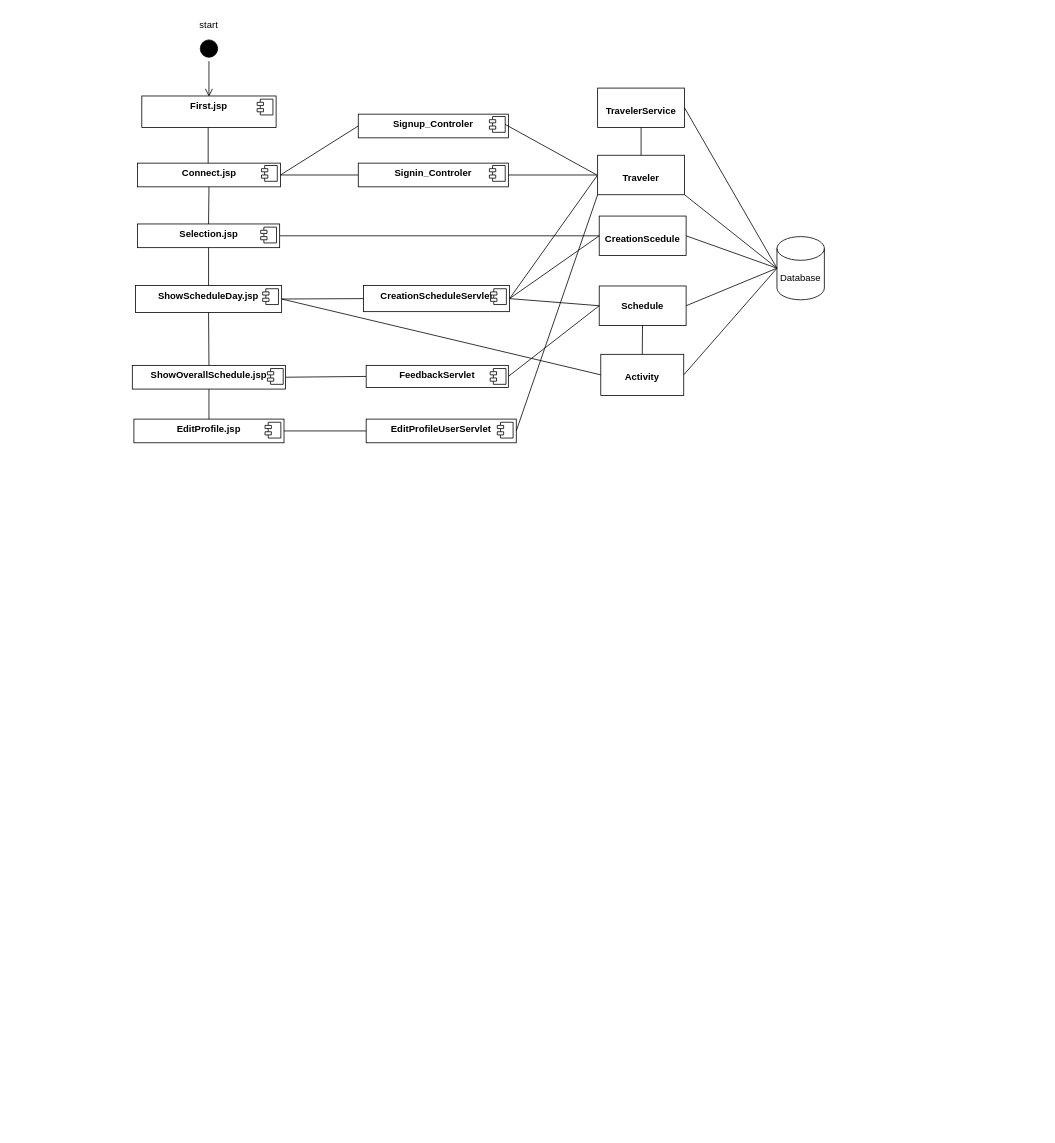
This is Diagrams/ComponentDiagram2.drawio from EleftheriaKoutsiouri/Scheduluxe, a draw.io file, before an edit. Source tidied: cells renumbered, new cells numbered last; positions are measured from the earlier drawing's top-left corner, leaving out a move shared by most shapes. Both pictures are drawn from the tidied source at 79%, with x=0, y=0 at pixel (13, 13).
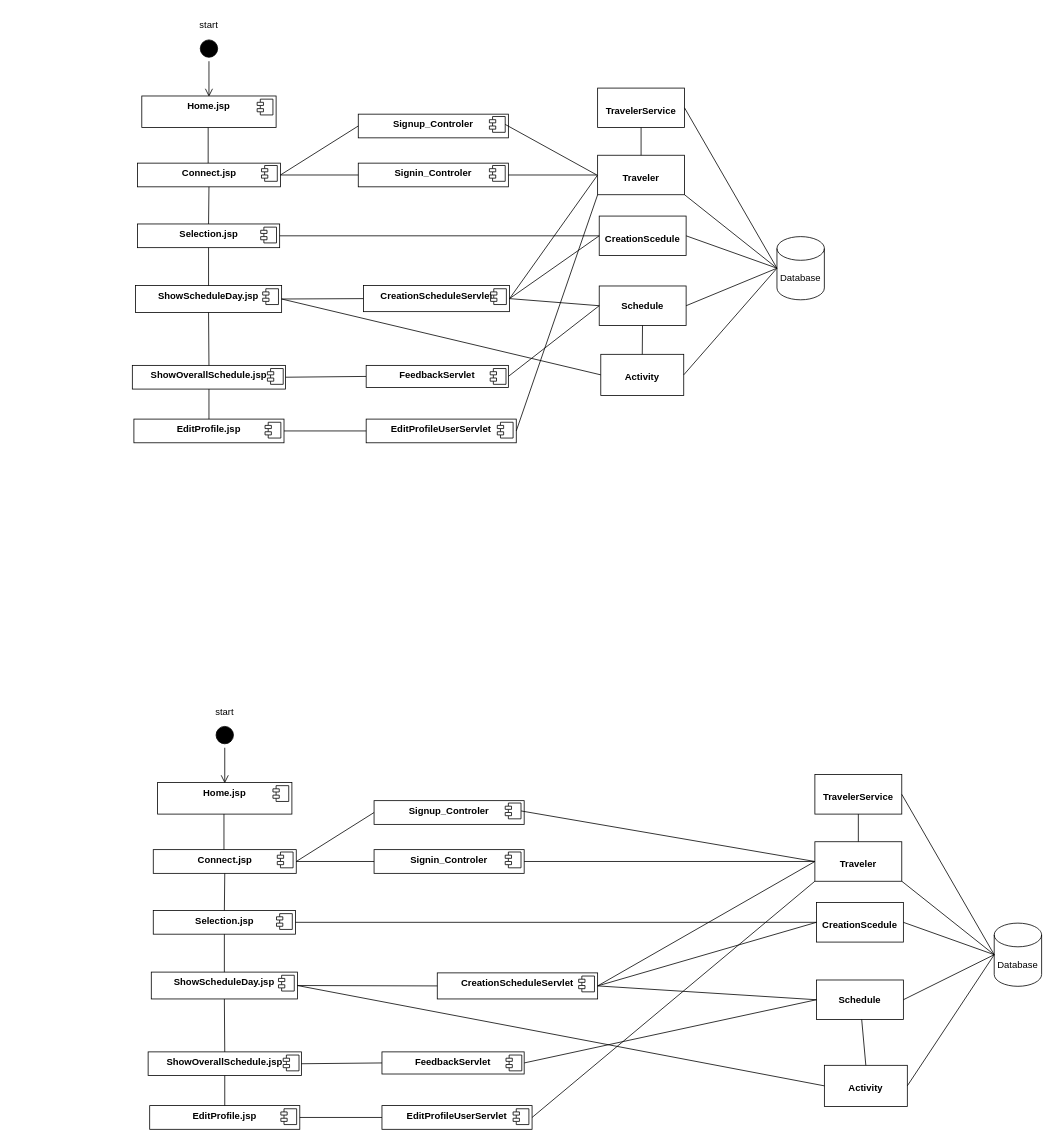
After the change.

Diff of the diagram source:
```diff
@@
-    <mxCell id="2" value="&lt;p style=&quot;margin:0px;margin-top:6px;text-align:center;&quot;&gt;&lt;b&gt;First.jsp&lt;/b&gt;&lt;/p&gt;" style="align=left;overflow=fill;html=1;whiteSpace=wrap;" parent="1" vertex="1">
+    <mxCell id="2" value="&lt;p style=&quot;margin:0px;margin-top:6px;text-align:center;&quot;&gt;&lt;b&gt;Home.jsp&lt;/b&gt;&lt;/p&gt;" style="align=left;overflow=fill;html=1;whiteSpace=wrap;" parent="1" vertex="1">
       <mxGeometry x="162" y="104" width="170" height="40" as="geometry" />
     </mxCell>
@@
+    <mxCell id="61" value="&lt;p style=&quot;margin:0px;margin-top:6px;text-align:center;&quot;&gt;&lt;b&gt;Home.jsp&lt;/b&gt;&lt;/p&gt;" style="align=left;overflow=fill;html=1;whiteSpace=wrap;" parent="1" vertex="1">
+      <mxGeometry x="182" y="973" width="170" height="40" as="geometry" />
+    </mxCell>
+    <mxCell id="62" style="shape=component;jettyWidth=8;jettyHeight=4;" parent="61" vertex="1">
+      <mxGeometry x="1" width="20" height="20" relative="1" as="geometry">
+        <mxPoint x="-24" y="4" as="offset" />
+      </mxGeometry>
+    </mxCell>
+    <mxCell id="63" value="&lt;p style=&quot;margin:0px;margin-top:6px;text-align:center;&quot;&gt;&lt;b&gt;CreationScheduleServlet&lt;/b&gt;&lt;/p&gt;" style="align=left;overflow=fill;html=1;whiteSpace=wrap;" parent="1" vertex="1">
+      <mxGeometry x="536" y="1214" width="203" height="33" as="geometry" />
+    </mxCell>
+    <mxCell id="64" style="shape=component;jettyWidth=8;jettyHeight=4;" parent="63" vertex="1">
+      <mxGeometry x="1" width="20" height="20" relative="1" as="geometry">
+        <mxPoint x="-24" y="4" as="offset" />
+      </mxGeometry>
+    </mxCell>
+    <mxCell id="65" value="&lt;p style=&quot;margin:0px;margin-top:6px;text-align:center;&quot;&gt;&lt;b style=&quot;background-color: initial;&quot;&gt;Selection.jsp&lt;/b&gt;&lt;/p&gt;" style="align=left;overflow=fill;html=1;whiteSpace=wrap;" parent="1" vertex="1">
+      <mxGeometry x="176.5" y="1135" width="180" height="30" as="geometry" />
+    </mxCell>
+    <mxCell id="66" style="shape=component;jettyWidth=8;jettyHeight=4;" parent="65" vertex="1">
+      <mxGeometry x="1" width="20" height="20" relative="1" as="geometry">
+        <mxPoint x="-24" y="4" as="offset" />
+      </mxGeometry>
+    </mxCell>
+    <mxCell id="67" value="&lt;p style=&quot;margin:0px;margin-top:6px;text-align:center;&quot;&gt;&lt;b&gt;ShowScheduleDay.jsp&lt;/b&gt;&lt;/p&gt;" style="align=left;overflow=fill;html=1;whiteSpace=wrap;" parent="1" vertex="1">
+      <mxGeometry x="174" y="1213" width="185" height="34" as="geometry" />
+    </mxCell>
+    <mxCell id="68" style="shape=component;jettyWidth=8;jettyHeight=4;" parent="67" vertex="1">
+      <mxGeometry x="1" width="20" height="20" relative="1" as="geometry">
+        <mxPoint x="-24" y="4" as="offset" />
+      </mxGeometry>
+    </mxCell>
+    <mxCell id="69" value="&lt;p style=&quot;margin:0px;margin-top:4px;text-align:center;&quot;&gt;&lt;br&gt;&lt;b&gt;Schedule&lt;/b&gt;&lt;/p&gt;" style="verticalAlign=top;align=left;overflow=fill;fontSize=12;fontFamily=Helvetica;html=1;whiteSpace=wrap;" parent="1" vertex="1">
+      <mxGeometry x="1016" y="1223" width="110" height="50" as="geometry" />
+    </mxCell>
+    <mxCell id="70" value="Database" style="shape=cylinder3;whiteSpace=wrap;html=1;boundedLbl=1;backgroundOutline=1;size=15;" parent="1" vertex="1">
+      <mxGeometry x="1241" y="1151" width="60" height="80" as="geometry" />
+    </mxCell>
+    <mxCell id="71" value="&lt;p style=&quot;margin:0px;margin-top:6px;text-align:center;&quot;&gt;&lt;b style=&quot;border-color: var(--border-color);&quot;&gt;Signin_Controler&lt;/b&gt;&lt;br&gt;&lt;/p&gt;" style="align=left;overflow=fill;html=1;whiteSpace=wrap;" parent="1" vertex="1">
+      <mxGeometry x="456" y="1058" width="190" height="30" as="geometry" />
+    </mxCell>
+    <mxCell id="72" style="shape=component;jettyWidth=8;jettyHeight=4;" parent="71" vertex="1">
+      <mxGeometry x="1" width="20" height="20" relative="1" as="geometry">
+        <mxPoint x="-24" y="3" as="offset" />
+      </mxGeometry>
+    </mxCell>
+    <mxCell id="73" style="endArrow=none;html=1;rounded=0;entryX=0;entryY=0.5;entryDx=0;entryDy=0;exitX=1;exitY=0.5;exitDx=0;exitDy=0;" parent="1" edge="1" source="89" target="69">
+      <mxGeometry relative="1" as="geometry" />
+    </mxCell>
+    <mxCell id="74" value="&lt;p style=&quot;margin: 4px 0px 0px;&quot;&gt;&lt;br&gt;&lt;/p&gt;&lt;p style=&quot;margin: 4px 0px 0px;&quot;&gt;&lt;b&gt;Traveler&lt;/b&gt;&lt;/p&gt;&lt;p style=&quot;margin: 4px 0px 0px;&quot;&gt;&lt;b&gt;&lt;br&gt;&lt;/b&gt;&lt;/p&gt;" style="verticalAlign=top;align=center;overflow=fill;fontSize=12;fontFamily=Helvetica;html=1;whiteSpace=wrap;" parent="1" vertex="1">
+      <mxGeometry x="1014" y="1048" width="110" height="50" as="geometry" />
+    </mxCell>
+    <mxCell id="75" value="&lt;p style=&quot;margin:0px;margin-top:6px;text-align:center;&quot;&gt;&lt;b&gt;Connect.jsp&lt;/b&gt;&lt;/p&gt;" style="align=left;overflow=fill;html=1;whiteSpace=wrap;" parent="1" vertex="1">
+      <mxGeometry x="176.5" y="1058" width="181" height="30" as="geometry" />
+    </mxCell>
+    <mxCell id="76" style="shape=component;jettyWidth=8;jettyHeight=4;" parent="75" vertex="1">
+      <mxGeometry x="1" width="20" height="20" relative="1" as="geometry">
+        <mxPoint x="-24" y="3" as="offset" />
+      </mxGeometry>
+    </mxCell>
+    <mxCell id="77" style="ellipse;whiteSpace=wrap;html=1;align=center;fillColor=none;strokeColor=none;perimeter=centerPerimeter;" parent="1" vertex="1">
+      <mxGeometry x="493" y="1352" width="10" height="10" as="geometry" />
+    </mxCell>
+    <mxCell id="78" style="endArrow=none;html=1;rounded=0;entryX=1;entryY=1;entryDx=0;entryDy=0;exitX=0;exitY=0.5;exitDx=0;exitDy=0;exitPerimeter=0;" parent="1" edge="1" source="70" target="74">
+      <mxGeometry relative="1" as="geometry" />
+    </mxCell>
+    <mxCell id="79" value="&lt;p style=&quot;margin:0px;margin-top:4px;text-align:center;&quot;&gt;&lt;b style=&quot;background-color: initial;&quot;&gt;&lt;br&gt;&lt;/b&gt;&lt;/p&gt;&lt;p style=&quot;margin:0px;margin-top:4px;text-align:center;&quot;&gt;&lt;b style=&quot;background-color: initial;&quot;&gt;Activity&lt;/b&gt;&lt;br&gt;&lt;/p&gt;" style="verticalAlign=top;align=left;overflow=fill;fontSize=12;fontFamily=Helvetica;html=1;whiteSpace=wrap;" parent="1" vertex="1">
+      <mxGeometry x="1026" y="1331" width="105" height="52" as="geometry" />
+    </mxCell>
+    <mxCell id="80" style="endArrow=none;html=1;rounded=0;entryX=1;entryY=0.5;entryDx=0;entryDy=0;exitX=0;exitY=0.5;exitDx=0;exitDy=0;exitPerimeter=0;" parent="1" edge="1" source="70" target="79">
+      <mxGeometry relative="1" as="geometry" />
+    </mxCell>
+    <mxCell id="81" value="&lt;p style=&quot;margin:0px;margin-top:6px;text-align:center;&quot;&gt;&lt;b&gt;ShowOverallSchedule.jsp&lt;/b&gt;&lt;/p&gt;" style="align=left;overflow=fill;html=1;whiteSpace=wrap;" parent="1" vertex="1">
+      <mxGeometry x="170" y="1314" width="194" height="30" as="geometry" />
+    </mxCell>
+    <mxCell id="82" style="shape=component;jettyWidth=8;jettyHeight=4;" parent="81" vertex="1">
+      <mxGeometry x="1" width="20" height="20" relative="1" as="geometry">
+        <mxPoint x="-23" y="4" as="offset" />
+      </mxGeometry>
+    </mxCell>
+    <mxCell id="83" style="endArrow=none;html=1;rounded=0;entryX=0.5;entryY=1;entryDx=0;entryDy=0;exitX=0.5;exitY=0;exitDx=0;exitDy=0;" parent="1" edge="1" source="81" target="67">
+      <mxGeometry relative="1" as="geometry" />
+    </mxCell>
+    <mxCell id="84" style="ellipse;html=1;shape=startState;fillColor=#000000;strokeColor=#000000;" parent="1" vertex="1">
+      <mxGeometry x="252" y="898" width="30" height="30" as="geometry" />
+    </mxCell>
+    <mxCell id="85" style="edgeStyle=orthogonalEdgeStyle;html=1;verticalAlign=bottom;endArrow=open;endSize=8;strokeColor=#000000;rounded=0;entryX=0.5;entryY=0;entryDx=0;entryDy=0;" parent="1" edge="1">
+      <mxGeometry relative="1" as="geometry">
+        <mxPoint x="267" y="929" as="sourcePoint" />
+        <mxPoint x="267" y="974" as="targetPoint" />
+      </mxGeometry>
+    </mxCell>
+    <mxCell id="86" value="start" style="text;html=1;strokeColor=none;fillColor=none;align=center;verticalAlign=middle;whiteSpace=wrap;rounded=0;" parent="1" vertex="1">
+      <mxGeometry x="237" y="869" width="60" height="30" as="geometry" />
+    </mxCell>
+    <mxCell id="87" style="endArrow=none;html=1;rounded=0;exitX=0;exitY=0.5;exitDx=0;exitDy=0;entryX=1;entryY=0.5;entryDx=0;entryDy=0;" parent="1" edge="1" source="71" target="75">
+      <mxGeometry relative="1" as="geometry" />
+    </mxCell>
+    <mxCell id="88" style="endArrow=none;html=1;rounded=0;entryX=0;entryY=0.5;entryDx=0;entryDy=0;exitX=1;exitY=0.5;exitDx=0;exitDy=0;" parent="1" edge="1" source="81" target="89">
+      <mxGeometry relative="1" as="geometry" />
+    </mxCell>
+    <mxCell id="89" value="&lt;p style=&quot;margin:0px;margin-top:6px;text-align:center;&quot;&gt;&lt;b&gt;FeedbackServlet&lt;/b&gt;&lt;/p&gt;" style="align=left;overflow=fill;html=1;whiteSpace=wrap;" parent="1" vertex="1">
+      <mxGeometry x="466" y="1314" width="180" height="28" as="geometry" />
+    </mxCell>
+    <mxCell id="90" style="shape=component;jettyWidth=8;jettyHeight=4;" parent="89" vertex="1">
+      <mxGeometry x="1" width="20" height="20" relative="1" as="geometry">
+        <mxPoint x="-23" y="4" as="offset" />
+      </mxGeometry>
+    </mxCell>
+    <mxCell id="91" style="endArrow=none;html=1;rounded=0;entryX=1;entryY=0.5;entryDx=0;entryDy=0;exitX=0;exitY=0.5;exitDx=0;exitDy=0;" parent="1" edge="1" source="74" target="71">
+      <mxGeometry relative="1" as="geometry" />
+    </mxCell>
+    <mxCell id="92" style="endArrow=none;html=1;rounded=0;exitX=0.5;exitY=0;exitDx=0;exitDy=0;entryX=0.5;entryY=1;entryDx=0;entryDy=0;" parent="1" edge="1">
+      <mxGeometry relative="1" as="geometry">
+        <mxPoint x="266" y="1058" as="sourcePoint" />
+        <mxPoint x="266" y="1013" as="targetPoint" />
+      </mxGeometry>
+    </mxCell>
+    <mxCell id="93" style="endArrow=none;html=1;rounded=0;exitX=0.5;exitY=0;exitDx=0;exitDy=0;entryX=0.5;entryY=1;entryDx=0;entryDy=0;" parent="1" edge="1" source="65" target="75">
+      <mxGeometry relative="1" as="geometry" />
+    </mxCell>
+    <mxCell id="94" style="endArrow=none;html=1;rounded=0;exitX=0;exitY=0.5;exitDx=0;exitDy=0;entryX=1;entryY=0.5;entryDx=0;entryDy=0;" parent="1" edge="1" source="69" target="63">
+      <mxGeometry relative="1" as="geometry" />
+    </mxCell>
+    <mxCell id="95" value="&lt;p style=&quot;margin:0px;margin-top:6px;text-align:center;&quot;&gt;&lt;b&gt;EditProfile.jsp&lt;/b&gt;&lt;/p&gt;" style="align=left;overflow=fill;html=1;whiteSpace=wrap;" parent="1" vertex="1">
+      <mxGeometry x="172" y="1382" width="190" height="30" as="geometry" />
+    </mxCell>
+    <mxCell id="96" style="shape=component;jettyWidth=8;jettyHeight=4;" parent="95" vertex="1">
+      <mxGeometry x="1" width="20" height="20" relative="1" as="geometry">
+        <mxPoint x="-24" y="4" as="offset" />
+      </mxGeometry>
+    </mxCell>
+    <mxCell id="97" value="&lt;p style=&quot;margin:0px;margin-top:6px;text-align:center;&quot;&gt;&lt;b&gt;EditProfileUserServlet&lt;/b&gt;&lt;/p&gt;" style="align=left;overflow=fill;html=1;whiteSpace=wrap;" parent="1" vertex="1">
+      <mxGeometry x="466" y="1382" width="190" height="30" as="geometry" />
+    </mxCell>
+    <mxCell id="98" style="shape=component;jettyWidth=8;jettyHeight=4;" parent="97" vertex="1">
+      <mxGeometry x="1" width="20" height="20" relative="1" as="geometry">
+        <mxPoint x="-24" y="4" as="offset" />
+      </mxGeometry>
+    </mxCell>
+    <mxCell id="99" style="endArrow=none;html=1;rounded=0;entryX=0;entryY=0.5;entryDx=0;entryDy=0;exitX=1;exitY=0.5;exitDx=0;exitDy=0;" parent="1" edge="1" source="95" target="97">
+      <mxGeometry relative="1" as="geometry" />
+    </mxCell>
+    <mxCell id="100" style="endArrow=none;html=1;rounded=0;entryX=1;entryY=0.5;entryDx=0;entryDy=0;exitX=0;exitY=1;exitDx=0;exitDy=0;" parent="1" edge="1" source="74" target="97">
+      <mxGeometry relative="1" as="geometry" />
+    </mxCell>
+    <mxCell id="101" value="&lt;p style=&quot;margin: 4px 0px 0px;&quot;&gt;&lt;b&gt;&lt;br&gt;&lt;/b&gt;&lt;/p&gt;&lt;p style=&quot;margin: 4px 0px 0px;&quot;&gt;&lt;b&gt;CreationScedule&lt;/b&gt;&lt;/p&gt;" style="verticalAlign=top;align=center;overflow=fill;fontSize=12;fontFamily=Helvetica;html=1;whiteSpace=wrap;" parent="1" vertex="1">
+      <mxGeometry x="1016" y="1125" width="110" height="50" as="geometry" />
+    </mxCell>
+    <mxCell id="102" style="endArrow=none;html=1;rounded=0;entryX=1;entryY=0.5;entryDx=0;entryDy=0;exitX=0;exitY=0.5;exitDx=0;exitDy=0;exitPerimeter=0;" parent="1" edge="1" source="70" target="101">
+      <mxGeometry relative="1" as="geometry" />
+    </mxCell>
+    <mxCell id="103" style="endArrow=none;html=1;rounded=0;exitX=0;exitY=0.5;exitDx=0;exitDy=0;entryX=1;entryY=0.5;entryDx=0;entryDy=0;" parent="1" edge="1" source="101" target="63">
+      <mxGeometry relative="1" as="geometry" />
+    </mxCell>
+    <mxCell id="104" style="endArrow=none;html=1;rounded=0;exitX=1;exitY=0.5;exitDx=0;exitDy=0;entryX=0;entryY=0.5;entryDx=0;entryDy=0;entryPerimeter=0;" parent="1" edge="1" source="69" target="70">
+      <mxGeometry relative="1" as="geometry" />
+    </mxCell>
+    <mxCell id="105" style="endArrow=none;html=1;rounded=0;entryX=1;entryY=0.5;entryDx=0;entryDy=0;exitX=0;exitY=0.5;exitDx=0;exitDy=0;" parent="1" edge="1" source="63" target="67">
+      <mxGeometry relative="1" as="geometry" />
+    </mxCell>
+    <mxCell id="106" value="&lt;p style=&quot;margin:0px;margin-top:6px;text-align:center;&quot;&gt;&lt;b&gt;Signup_Controler&lt;/b&gt;&lt;/p&gt;" style="align=left;overflow=fill;html=1;whiteSpace=wrap;" parent="1" vertex="1">
+      <mxGeometry x="456" y="996" width="190" height="30" as="geometry" />
+    </mxCell>
+    <mxCell id="107" style="shape=component;jettyWidth=8;jettyHeight=4;" parent="106" vertex="1">
+      <mxGeometry x="1" width="20" height="20" relative="1" as="geometry">
+        <mxPoint x="-24" y="3" as="offset" />
+      </mxGeometry>
+    </mxCell>
+    <mxCell id="108" style="endArrow=none;html=1;rounded=0;exitX=1;exitY=0.5;exitDx=0;exitDy=0;entryX=0;entryY=0.5;entryDx=0;entryDy=0;" parent="1" edge="1" source="75" target="106">
+      <mxGeometry relative="1" as="geometry" />
+    </mxCell>
+    <mxCell id="109" style="endArrow=none;html=1;rounded=0;entryX=1;entryY=0.5;entryDx=0;entryDy=0;exitX=0;exitY=0.5;exitDx=0;exitDy=0;" parent="1" edge="1" source="74" target="107">
+      <mxGeometry relative="1" as="geometry" />
+    </mxCell>
+    <mxCell id="110" style="endArrow=none;html=1;rounded=0;entryX=0.5;entryY=1;entryDx=0;entryDy=0;exitX=0.5;exitY=0;exitDx=0;exitDy=0;" parent="1" edge="1" source="95" target="81">
+      <mxGeometry relative="1" as="geometry" />
+    </mxCell>
+    <mxCell id="111" style="endArrow=none;html=1;rounded=0;exitX=0.5;exitY=0;exitDx=0;exitDy=0;entryX=0.5;entryY=1;entryDx=0;entryDy=0;" parent="1" edge="1" source="67" target="65">
+      <mxGeometry relative="1" as="geometry" />
+    </mxCell>
+    <mxCell id="112" value="&lt;p style=&quot;margin: 4px 0px 0px;&quot;&gt;&lt;br&gt;&lt;/p&gt;&lt;p style=&quot;margin: 4px 0px 0px;&quot;&gt;&lt;b&gt;TravelerService&lt;/b&gt;&lt;/p&gt;&lt;p style=&quot;margin: 4px 0px 0px;&quot;&gt;&lt;b&gt;&lt;br&gt;&lt;/b&gt;&lt;/p&gt;" style="verticalAlign=top;align=center;overflow=fill;fontSize=12;fontFamily=Helvetica;html=1;whiteSpace=wrap;" parent="1" vertex="1">
+      <mxGeometry x="1014" y="963" width="110" height="50" as="geometry" />
+    </mxCell>
+    <mxCell id="113" style="endArrow=none;html=1;rounded=0;entryX=1;entryY=0.5;entryDx=0;entryDy=0;exitX=0;exitY=0.5;exitDx=0;exitDy=0;exitPerimeter=0;" parent="1" edge="1" source="70" target="112">
+      <mxGeometry relative="1" as="geometry" />
+    </mxCell>
+    <mxCell id="114" style="endArrow=none;html=1;rounded=0;entryX=0.5;entryY=0;entryDx=0;entryDy=0;" parent="1" edge="1" source="69" target="79">
+      <mxGeometry relative="1" as="geometry" />
+    </mxCell>
+    <mxCell id="115" style="endArrow=none;html=1;rounded=0;entryX=0.5;entryY=1;entryDx=0;entryDy=0;" parent="1" edge="1" source="74" target="112">
+      <mxGeometry relative="1" as="geometry" />
+    </mxCell>
+    <mxCell id="116" style="endArrow=none;html=1;rounded=0;exitX=1;exitY=0.5;exitDx=0;exitDy=0;entryX=0;entryY=0.5;entryDx=0;entryDy=0;" parent="1" edge="1" source="65" target="101">
+      <mxGeometry relative="1" as="geometry" />
+    </mxCell>
+    <mxCell id="117" style="endArrow=none;html=1;rounded=0;entryX=0;entryY=0.5;entryDx=0;entryDy=0;exitX=1;exitY=0.5;exitDx=0;exitDy=0;" parent="1" edge="1" source="63" target="74">
+      <mxGeometry relative="1" as="geometry" />
+    </mxCell>
+    <mxCell id="118" style="endArrow=none;html=1;rounded=0;exitX=1;exitY=0.5;exitDx=0;exitDy=0;entryX=0;entryY=0.5;entryDx=0;entryDy=0;" parent="1" edge="1" source="67" target="79">
+      <mxGeometry relative="1" as="geometry" />
+    </mxCell>
```
